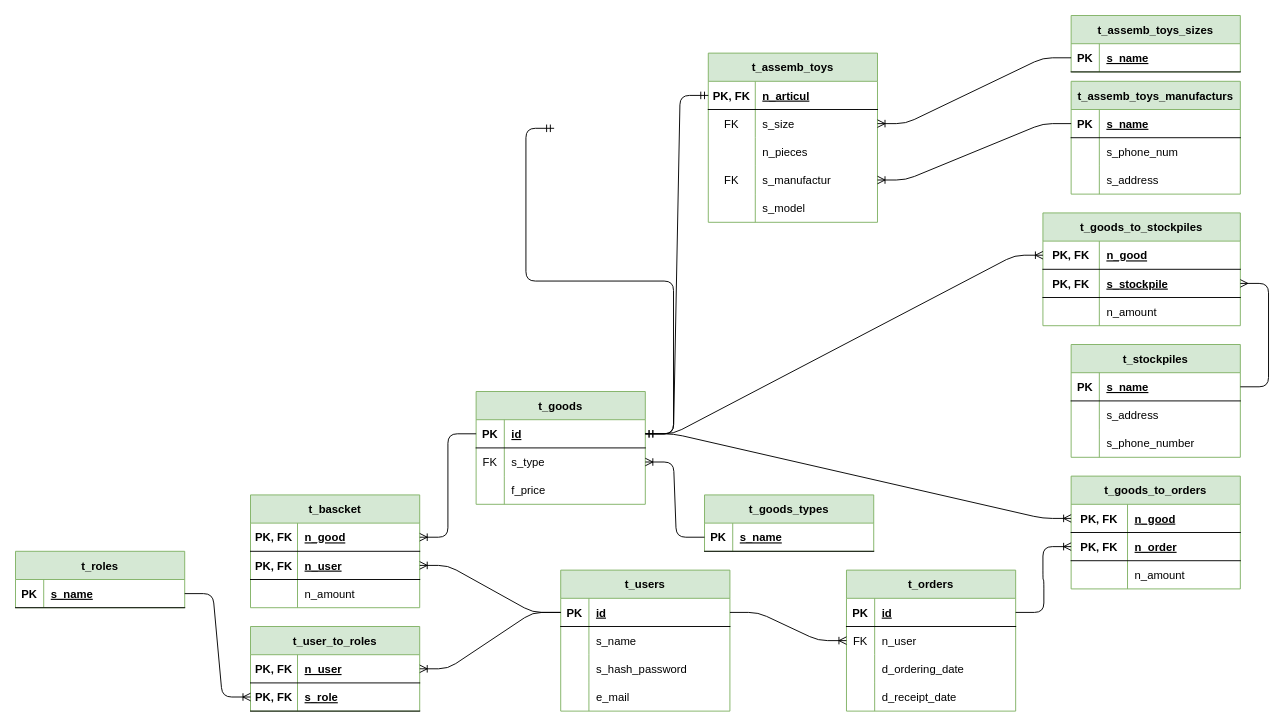
Before: server/db_relations.drawio in XJIE6yIIIEK/e-com-shop, a draw.io diagram. Source tidied: cells renumbered, new cells numbered last; positions are measured from the earlier drawing's top-left corner, leaving out a move shared by most shapes. Both pictures are drawn from the tidied source at 94%, with x=0, y=0 at pixel (15, 15).
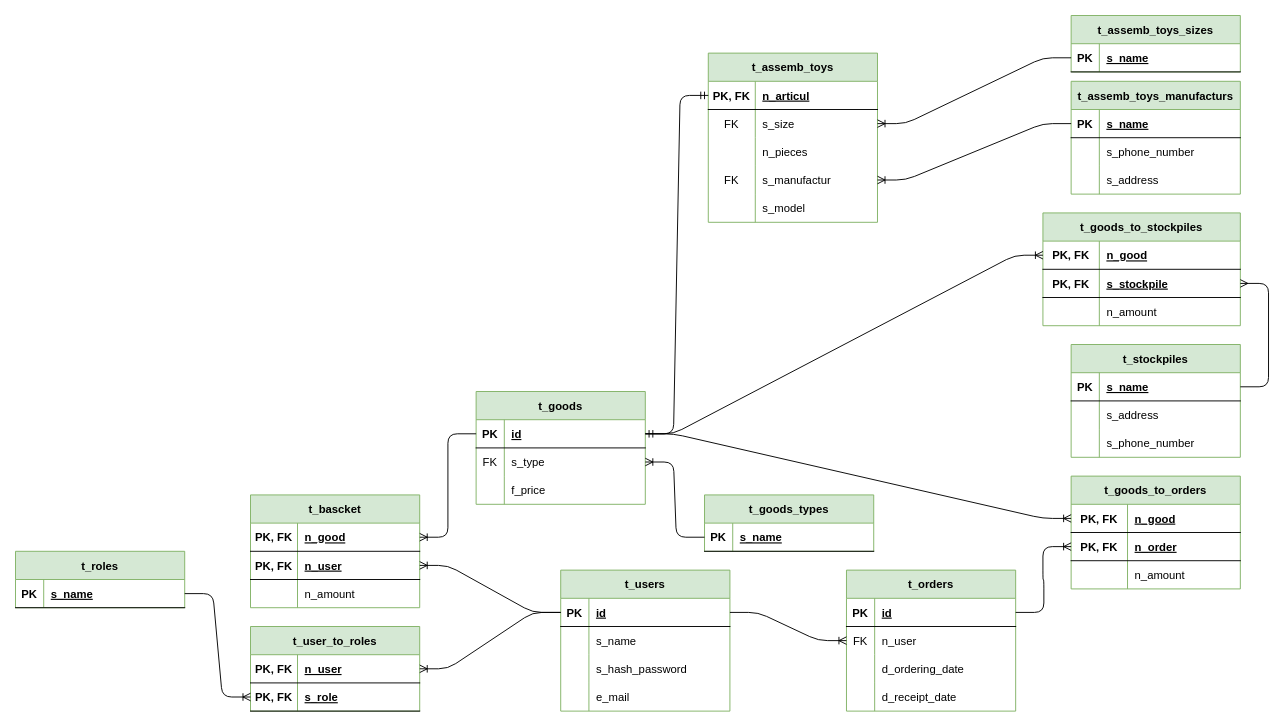
Above is the later version.

The change refers to these unchanged cells:
```xml
<mxCell id="30" style="shape=partialRectangle;fillColor=none;top=0;left=0;bottom=1;right=0;points=[[0,0.5],[1,0.5]];portConstraint=eastwest;" parent="29" vertex="1">
  <mxGeometry y="30" width="180" height="30" as="geometry" />
</mxCell>
<mxCell id="89" style="shape=partialRectangle;fillColor=none;top=0;left=0;bottom=0;right=0;" parent="85" vertex="1">
  <mxGeometry y="60" width="180" height="30" as="geometry" />
</mxCell>
```

Change to the diagram source:
```diff
@@
-    <mxCell id="91" value="s_phone_num" style="shape=partialRectangle;fillColor=none;top=0;left=0;bottom=0;right=0;align=left;spacingLeft=6;overflow=hidden;" parent="89" vertex="1">
+    <mxCell id="91" value="s_phone_number" style="shape=partialRectangle;fillColor=none;top=0;left=0;bottom=0;right=0;align=left;spacingLeft=6;overflow=hidden;" parent="89" vertex="1">
       <mxGeometry x="30" width="150" height="30" as="geometry" />
     </mxCell>
@@
-    <mxCell id="135" style="edgeStyle=entityRelationEdgeStyle;fontSize=12;html=1;endArrow=ERmandOne;startArrow=ERmandOne;" parent="1" edge="1" source="30">
-      <mxGeometry relative="1" as="geometry">
-        <mxPoint x="573" y="120" as="targetPoint" />
-      </mxGeometry>
-    </mxCell>
```
